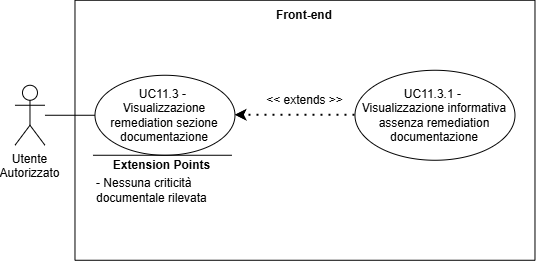
Earlier version of the draw.io export assets/diagrams/UC11_3.png (SkarabGroup/DocumentazioneProgetto). Source tidied: cells renumbered, new cells last; positions are measured from the earlier drawing's top-left corner, leaving out a move shared by most shapes. Source of this version:
```xml
<mxGraphModel>
  <root>
    <mxCell id="0" />
    <mxCell id="1" parent="0" />
    <mxCell id="2" value="&lt;div&gt;Utente&lt;/div&gt;&lt;div&gt;Autorizzato&lt;/div&gt;" style="shape=umlActor;verticalLabelPosition=bottom;verticalAlign=top;html=1;outlineConnect=0;" parent="1" vertex="1">
      <mxGeometry x="0.5" y="84.8" width="30" height="60" as="geometry" />
    </mxCell>
    <mxCell id="3" style="swimlane;startSize=0;" parent="1" vertex="1">
      <mxGeometry x="60.5" y="-0.2" width="460" height="260" as="geometry" />
    </mxCell>
    <mxCell id="4" value="UC11.3 -&amp;nbsp;&lt;div&gt;Visualizzazione remediation sezione documentazione&lt;/div&gt;" style="ellipse;whiteSpace=wrap;html=1;" parent="3" vertex="1">
      <mxGeometry x="20" y="75" width="140" height="80" as="geometry" />
    </mxCell>
    <mxCell id="5" value="UC11.3.1 -&amp;nbsp;&lt;div&gt;Visualizzazione informativa assenza remediation documentazione&lt;/div&gt;" style="ellipse;whiteSpace=wrap;html=1;" parent="3" vertex="1">
      <mxGeometry x="280" y="70" width="160" height="90" as="geometry" />
    </mxCell>
    <mxCell id="6" style="endArrow=classic;dashed=1;html=1;dashPattern=1 3;strokeWidth=2;rounded=0;entryX=1;entryY=0.5;entryDx=0;entryDy=0;exitX=0;exitY=0.5;exitDx=0;exitDy=0;strokeColor=default;curved=0;endFill=1;endSize=6;" parent="3" edge="1" source="5" target="4">
      <mxGeometry relative="1" as="geometry" />
    </mxCell>
    <mxCell id="7" value="&lt;div&gt;&amp;lt;&amp;lt; extends &amp;gt;&amp;gt;&lt;/div&gt;" style="text;html=1;whiteSpace=wrap;strokeColor=none;fillColor=none;align=center;verticalAlign=middle;rounded=0;" parent="3" vertex="1">
      <mxGeometry x="182.5" y="85" width="95" height="30" as="geometry" />
    </mxCell>
    <mxCell id="8" style="endArrow=none;html=1;rounded=0;" parent="3" edge="1">
      <mxGeometry relative="1" as="geometry">
        <mxPoint x="156.8" y="155" as="sourcePoint" />
        <mxPoint x="18" y="155" as="targetPoint" />
      </mxGeometry>
    </mxCell>
    <mxCell id="9" value="&lt;b&gt;Extension Points&lt;/b&gt;" style="text;html=1;whiteSpace=wrap;strokeColor=none;fillColor=none;align=center;verticalAlign=middle;rounded=0;strokeWidth=5;" parent="3" vertex="1">
      <mxGeometry x="29.9" y="150" width="115" height="30" as="geometry" />
    </mxCell>
    <mxCell id="10" value="&lt;div&gt;- Nessuna criticità documentale rilevata&lt;/div&gt;" style="text;html=1;whiteSpace=wrap;strokeColor=none;fillColor=none;align=left;verticalAlign=middle;rounded=0;" parent="3" vertex="1">
      <mxGeometry x="20" y="150" width="147" height="80" as="geometry" />
    </mxCell>
    <mxCell id="11" value="Front-end" style="text;html=1;whiteSpace=wrap;strokeColor=none;fillColor=none;align=center;verticalAlign=middle;rounded=0;perimeterSpacing=1;fontStyle=1;" parent="3" vertex="1">
      <mxGeometry x="200" width="60" height="30" as="geometry" />
    </mxCell>
    <mxCell id="12" style="endArrow=none;html=1;rounded=0;entryX=0;entryY=0.5;entryDx=0;entryDy=0;" parent="1" edge="1" source="2" target="4">
      <mxGeometry relative="1" as="geometry" />
    </mxCell>
  </root>
</mxGraphModel>
```
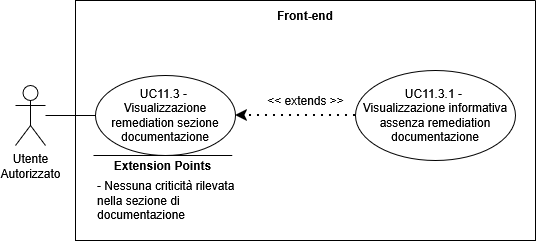
After the change.

Change to the diagram source:
```diff
@@ -6,7 +6,7 @@
       <mxGeometry x="0.5" y="84.8" width="30" height="60" as="geometry" />
     </mxCell>
     <mxCell id="3" style="swimlane;startSize=0;" parent="1" vertex="1">
-      <mxGeometry x="60.5" y="-0.2" width="460" height="260" as="geometry" />
+      <mxGeometry x="60.5" y="-0.2" width="460" height="240" as="geometry" />
     </mxCell>
     <mxCell id="4" value="UC11.3 -&amp;nbsp;&lt;div&gt;Visualizzazione remediation sezione documentazione&lt;/div&gt;" style="ellipse;whiteSpace=wrap;html=1;" parent="3" vertex="1">
       <mxGeometry x="20" y="75" width="140" height="80" as="geometry" />
@@ -29,8 +29,8 @@
     <mxCell id="9" value="&lt;b&gt;Extension Points&lt;/b&gt;" style="text;html=1;whiteSpace=wrap;strokeColor=none;fillColor=none;align=center;verticalAlign=middle;rounded=0;strokeWidth=5;" parent="3" vertex="1">
       <mxGeometry x="29.9" y="150" width="115" height="30" as="geometry" />
     </mxCell>
-    <mxCell id="10" value="&lt;div&gt;- Nessuna criticità documentale rilevata&lt;/div&gt;" style="text;html=1;whiteSpace=wrap;strokeColor=none;fillColor=none;align=left;verticalAlign=middle;rounded=0;" parent="3" vertex="1">
-      <mxGeometry x="20" y="150" width="147" height="80" as="geometry" />
+    <mxCell id="10" value="&lt;div&gt;- Nessuna criticità rilevata nella sezione di documentazione&lt;/div&gt;" style="text;html=1;whiteSpace=wrap;strokeColor=none;fillColor=none;align=left;verticalAlign=middle;rounded=0;" parent="3" vertex="1">
+      <mxGeometry x="20" y="160" width="140" height="80" as="geometry" />
     </mxCell>
     <mxCell id="11" value="Front-end" style="text;html=1;whiteSpace=wrap;strokeColor=none;fillColor=none;align=center;verticalAlign=middle;rounded=0;perimeterSpacing=1;fontStyle=1;" parent="3" vertex="1">
       <mxGeometry x="200" width="60" height="30" as="geometry" />
```
